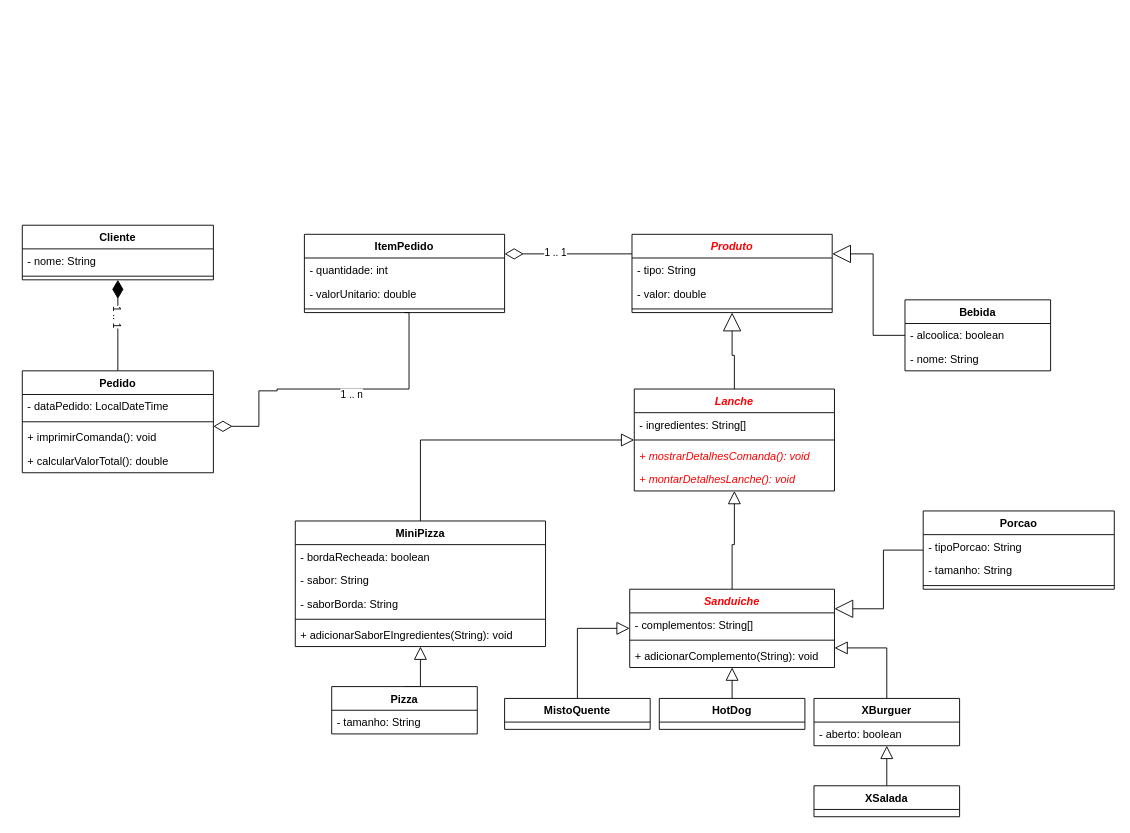
hannaBanannaOF/entra21-git-inicio keeps this draw.io diagram as page "Lanches" (1 of 8) of diagramas.drawio. Above is the earlier version. Source tidied: cells renumbered, new cells numbered last; positions are measured from the earlier drawing's top-left corner, leaving out a move shared by most shapes. Both pictures are drawn from the tidied source at 91%, with x=0, y=0 at pixel (22, 225).
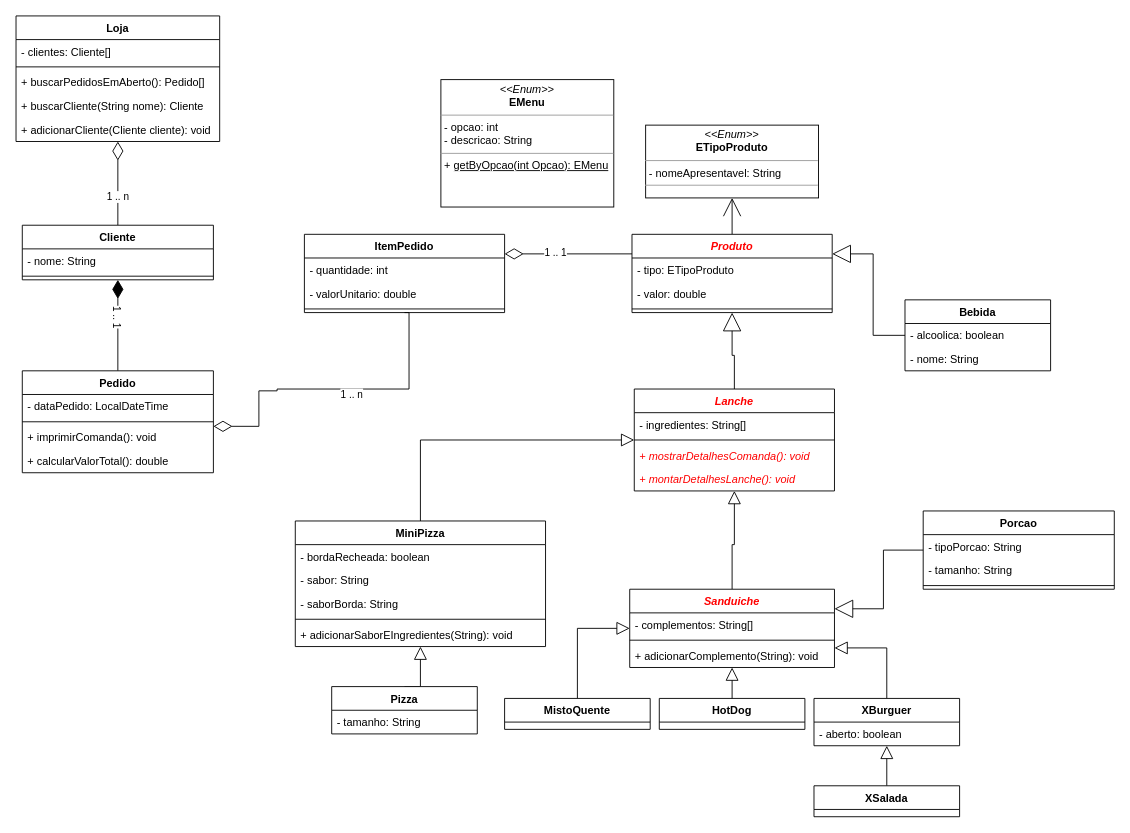
The same page after the edit.

Unchanged cells that the change refers to:
```xml
<mxCell id="25" value="Cliente" style="swimlane;fontStyle=1;align=center;verticalAlign=top;horizontal=1;startSize=26;" parent="1" vertex="1">
  <mxGeometry width="210" height="60" as="geometry" />
</mxCell>
<mxCell id="53" value="Produto" style="swimlane;fontStyle=3;align=center;verticalAlign=top;horizontal=1;startSize=26;fontColor=#FF0000;" parent="1" vertex="1">
  <mxGeometry x="670" y="10" width="220" height="86" as="geometry" />
</mxCell>
```

What changed in the source:
```diff
@@
+    <mxCell id="63" style="edgeStyle=orthogonalEdgeStyle;rounded=0;jettySize=auto;html=1;exitX=0.5;exitY=0;exitDx=0;exitDy=0;entryX=0.5;entryY=1;entryDx=0;entryDy=0;endArrow=diamondThin;endFill=0;endSize=18;" parent="1" edge="1" source="25" target="66">
+      <mxGeometry relative="1" as="geometry" />
+    </mxCell>
+    <mxCell id="64" value="1 .. n" style="edgeLabel;html=1;align=center;verticalAlign=middle;" parent="63" vertex="1">
+      <mxGeometry x="-0.3" y="1" relative="1" as="geometry" />
+    </mxCell>
@@
+    <mxCell id="65" style="edgeStyle=orthogonalEdgeStyle;rounded=0;jettySize=auto;html=1;exitX=0.5;exitY=0;exitDx=0;exitDy=0;entryX=0.5;entryY=1;entryDx=0;entryDy=0;endArrow=open;endFill=0;endSize=18;" parent="1" edge="1" source="53" target="72">
+      <mxGeometry relative="1" as="geometry" />
+    </mxCell>
@@
-    <mxCell id="54" value="- tipo: String" style="text;strokeColor=none;fillColor=none;align=left;verticalAlign=top;spacingLeft=4;spacingRight=4;overflow=hidden;" parent="53" vertex="1">
+    <mxCell id="54" value="- tipo: ETipoProduto" style="text;strokeColor=none;fillColor=none;align=left;verticalAlign=top;spacingLeft=4;spacingRight=4;overflow=hidden;" parent="53" vertex="1">
       <mxGeometry y="26" width="220" height="26" as="geometry" />
     </mxCell>
@@
+    <mxCell id="66" value="Loja" style="swimlane;fontStyle=1;align=center;verticalAlign=top;horizontal=1;startSize=26;" parent="1" vertex="1">
+      <mxGeometry x="-6.9" y="-230" width="223.8" height="138" as="geometry" />
+    </mxCell>
+    <mxCell id="67" value="- clientes: Cliente[]" style="text;strokeColor=none;fillColor=none;align=left;verticalAlign=top;spacingLeft=4;spacingRight=4;overflow=hidden;" parent="66" vertex="1">
+      <mxGeometry y="26" width="223.8" height="26" as="geometry" />
+    </mxCell>
+    <mxCell id="68" style="line;strokeWidth=1;fillColor=none;align=left;verticalAlign=middle;spacingTop=-1;spacingLeft=3;spacingRight=3;labelPosition=right;" parent="66" vertex="1">
+      <mxGeometry y="52" width="223.8" height="8" as="geometry" />
+    </mxCell>
+    <mxCell id="69" value="+ buscarPedidosEmAberto(): Pedido[]" style="text;strokeColor=none;fillColor=none;align=left;verticalAlign=top;spacingLeft=4;spacingRight=4;overflow=hidden;" parent="66" vertex="1">
+      <mxGeometry y="60" width="223.8" height="26" as="geometry" />
+    </mxCell>
+    <mxCell id="70" value="+ buscarCliente(String nome): Cliente" style="text;strokeColor=none;fillColor=none;align=left;verticalAlign=top;spacingLeft=4;spacingRight=4;overflow=hidden;" parent="66" vertex="1">
+      <mxGeometry y="86" width="223.8" height="26" as="geometry" />
+    </mxCell>
+    <mxCell id="71" value="+ adicionarCliente(Cliente cliente): void" style="text;strokeColor=none;fillColor=none;align=left;verticalAlign=top;spacingLeft=4;spacingRight=4;overflow=hidden;" parent="66" vertex="1">
+      <mxGeometry y="112" width="223.8" height="26" as="geometry" />
+    </mxCell>
+    <mxCell id="72" value="&lt;p style=&quot;margin:0px;margin-top:4px;text-align:center;&quot;&gt;&lt;i&gt;&amp;lt;&amp;lt;Enum&amp;gt;&amp;gt;&lt;/i&gt;&lt;br&gt;&lt;b&gt;ETipoProduto&lt;/b&gt;&lt;/p&gt;&lt;hr size=&quot;1&quot;&gt;&lt;p style=&quot;margin:0px;margin-left:4px;&quot;&gt;- nomeApresentavel: String&lt;br&gt;&lt;/p&gt;&lt;hr size=&quot;1&quot;&gt;&lt;p style=&quot;margin:0px;margin-left:4px;&quot;&gt;&lt;br&gt;&lt;/p&gt;" style="verticalAlign=top;align=left;overflow=fill;fontSize=12;fontFamily=Helvetica;html=1;" parent="1" vertex="1">
+      <mxGeometry x="685" y="-110" width="190" height="80" as="geometry" />
+    </mxCell>
+    <mxCell id="73" value="&lt;p style=&quot;margin:0px;margin-top:4px;text-align:center;&quot;&gt;&lt;i&gt;&amp;lt;&amp;lt;Enum&amp;gt;&amp;gt;&lt;/i&gt;&lt;br&gt;&lt;b&gt;EMenu&lt;/b&gt;&lt;/p&gt;&lt;hr size=&quot;1&quot;&gt;&lt;p style=&quot;margin:0px;margin-left:4px;&quot;&gt;- opcao: int&lt;br&gt;- descricao: String&lt;/p&gt;&lt;hr size=&quot;1&quot;&gt;&lt;p style=&quot;margin:0px;margin-left:4px;&quot;&gt;+ &lt;u&gt;getByOpcao(int Opcao): EMenu&lt;/u&gt;&lt;/p&gt;" style="verticalAlign=top;align=left;overflow=fill;fontSize=12;fontFamily=Helvetica;html=1;" parent="1" vertex="1">
+      <mxGeometry x="460" y="-160" width="190" height="140" as="geometry" />
+    </mxCell>
```
